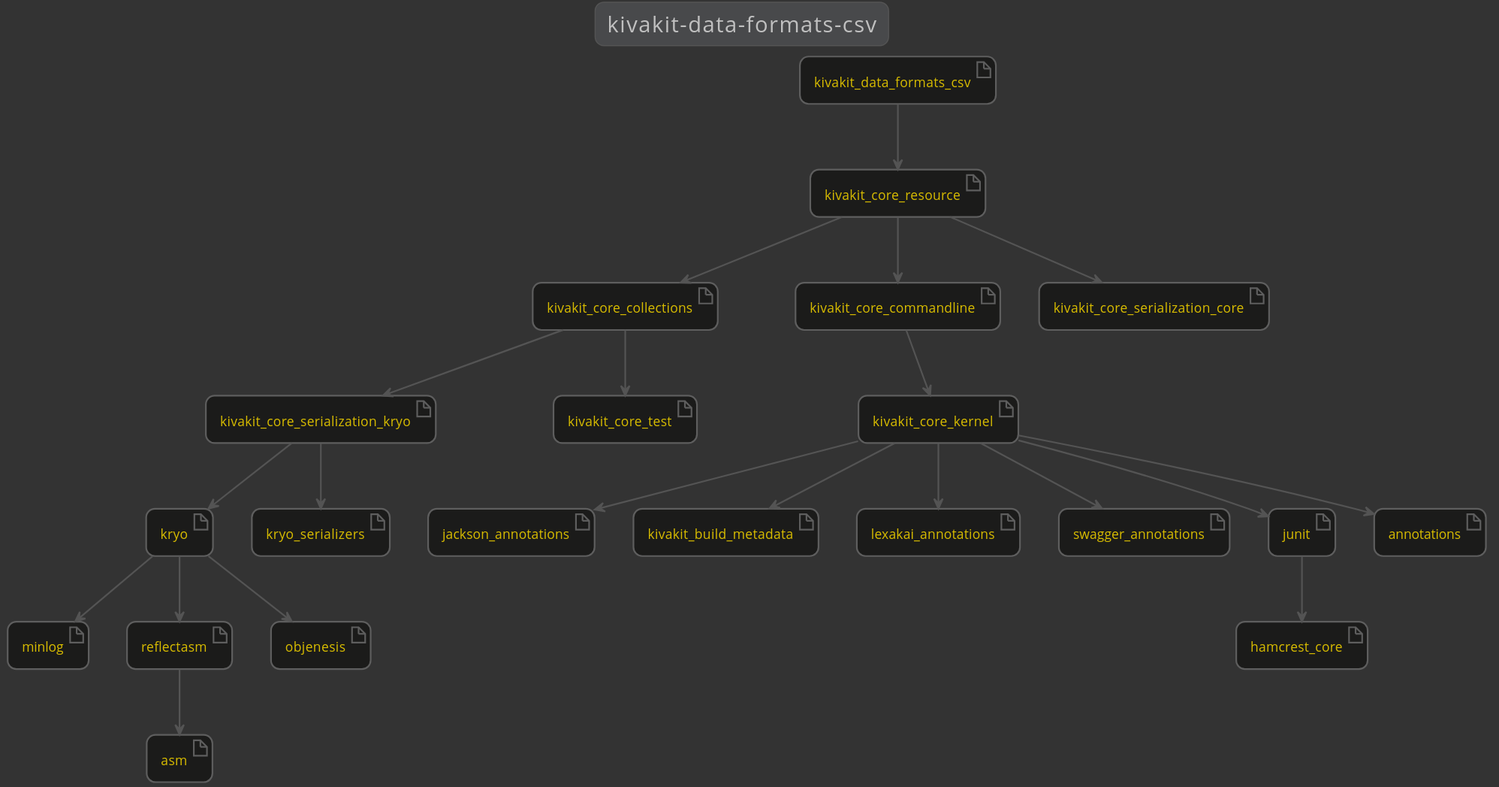
Above: docs/lexakai/kivakit-extensions/kivakit-data/formats/csv/documentation/diagrams/dependencies.svg in Telenav/kivakit-assets (PlantUML), before the change. The source it was exported from:
```plantuml
@startuml

    !include lexakai.theme

    title "kivakit-data-formats-csv"

    artifact kryo
    artifact minlog
    artifact reflectasm
    artifact jackson_annotations
    artifact kivakit_build_metadata
    artifact kivakit_core_collections
    artifact kivakit_core_commandline
    artifact kivakit_core_kernel
    artifact kivakit_core_resource
    artifact kivakit_core_serialization_core
    artifact kivakit_core_serialization_kryo
    artifact kivakit_core_test
    artifact kivakit_data_formats_csv
    artifact lexakai_annotations
    artifact kryo_serializers
    artifact swagger_annotations
    artifact junit
    artifact hamcrest_core
    artifact annotations
    artifact objenesis
    artifact asm
    junit --> hamcrest_core
    kivakit_core_collections --> kivakit_core_serialization_kryo
    kivakit_core_collections --> kivakit_core_test
    kivakit_core_commandline --> kivakit_core_kernel
    kivakit_core_kernel --> annotations
    kivakit_core_kernel --> jackson_annotations
    kivakit_core_kernel --> junit
    kivakit_core_kernel --> kivakit_build_metadata
    kivakit_core_kernel --> lexakai_annotations
    kivakit_core_kernel --> swagger_annotations
    kivakit_core_resource --> kivakit_core_collections
    kivakit_core_resource --> kivakit_core_commandline
    kivakit_core_resource --> kivakit_core_serialization_core
    kivakit_core_serialization_kryo --> kryo
    kivakit_core_serialization_kryo --> kryo_serializers
    kivakit_data_formats_csv --> kivakit_core_resource
    kryo --> minlog
    kryo --> objenesis
    kryo --> reflectasm
    reflectasm --> asm

@enduml
```
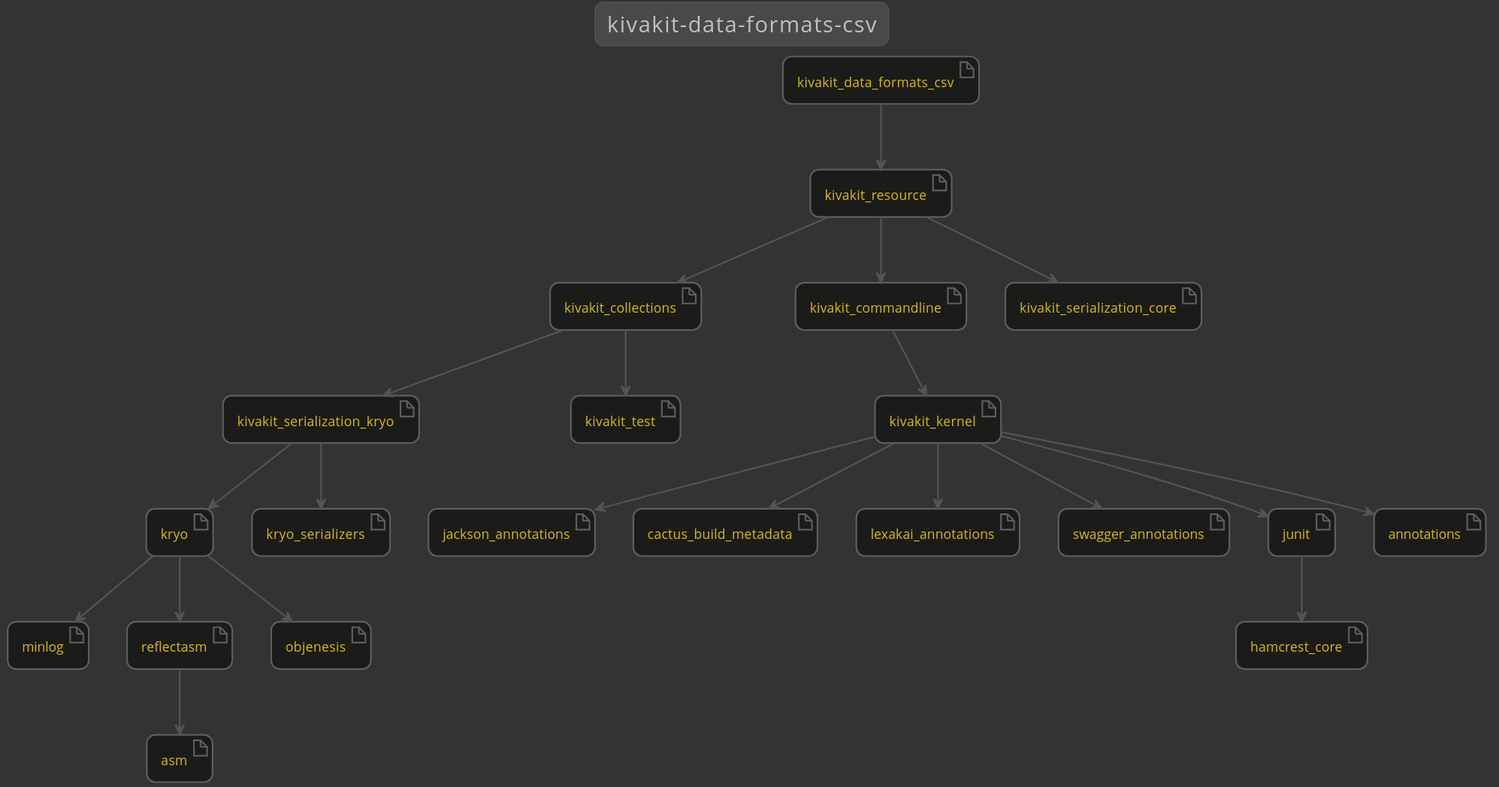
The same diagram one commit later.

The edit, as a diff of the source:
```diff
@@ -8,15 +8,15 @@
     artifact minlog
     artifact reflectasm
     artifact jackson_annotations
-    artifact kivakit_build_metadata
-    artifact kivakit_core_collections
-    artifact kivakit_core_commandline
-    artifact kivakit_core_kernel
-    artifact kivakit_core_resource
-    artifact kivakit_core_serialization_core
-    artifact kivakit_core_serialization_kryo
-    artifact kivakit_core_test
+    artifact cactus_build_metadata
+    artifact kivakit_collections
+    artifact kivakit_commandline
     artifact kivakit_data_formats_csv
+    artifact kivakit_kernel
+    artifact kivakit_resource
+    artifact kivakit_serialization_core
+    artifact kivakit_serialization_kryo
+    artifact kivakit_test
     artifact lexakai_annotations
     artifact kryo_serializers
     artifact swagger_annotations
@@ -26,21 +26,21 @@
     artifact objenesis
     artifact asm
     junit --> hamcrest_core
-    kivakit_core_collections --> kivakit_core_serialization_kryo
-    kivakit_core_collections --> kivakit_core_test
-    kivakit_core_commandline --> kivakit_core_kernel
-    kivakit_core_kernel --> annotations
-    kivakit_core_kernel --> jackson_annotations
-    kivakit_core_kernel --> junit
-    kivakit_core_kernel --> kivakit_build_metadata
-    kivakit_core_kernel --> lexakai_annotations
-    kivakit_core_kernel --> swagger_annotations
-    kivakit_core_resource --> kivakit_core_collections
-    kivakit_core_resource --> kivakit_core_commandline
-    kivakit_core_resource --> kivakit_core_serialization_core
-    kivakit_core_serialization_kryo --> kryo
-    kivakit_core_serialization_kryo --> kryo_serializers
-    kivakit_data_formats_csv --> kivakit_core_resource
+    kivakit_collections --> kivakit_serialization_kryo
+    kivakit_collections --> kivakit_test
+    kivakit_commandline --> kivakit_kernel
+    kivakit_data_formats_csv --> kivakit_resource
+    kivakit_kernel --> annotations
+    kivakit_kernel --> cactus_build_metadata
+    kivakit_kernel --> jackson_annotations
+    kivakit_kernel --> junit
+    kivakit_kernel --> lexakai_annotations
+    kivakit_kernel --> swagger_annotations
+    kivakit_resource --> kivakit_collections
+    kivakit_resource --> kivakit_commandline
+    kivakit_resource --> kivakit_serialization_core
+    kivakit_serialization_kryo --> kryo
+    kivakit_serialization_kryo --> kryo_serializers
     kryo --> minlog
     kryo --> objenesis
     kryo --> reflectasm
```
